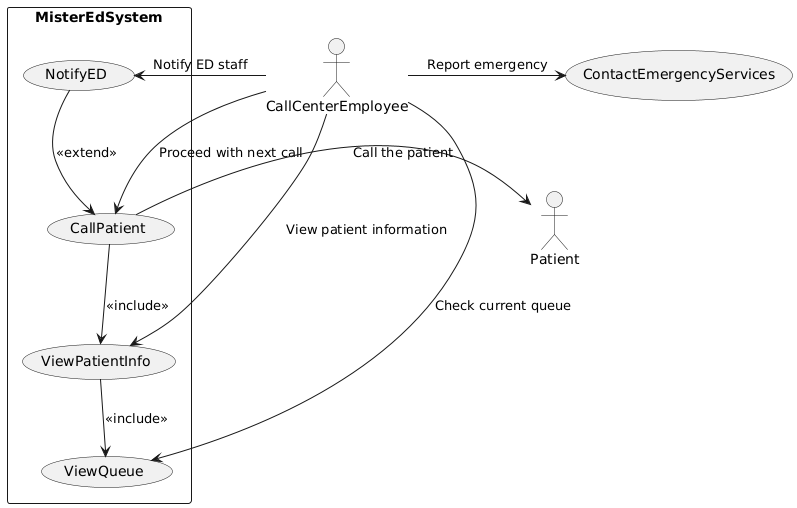
The PlantUML diagram CallCenter_UCD.png in SENG-350-2024-fall/Team7, before a commit.
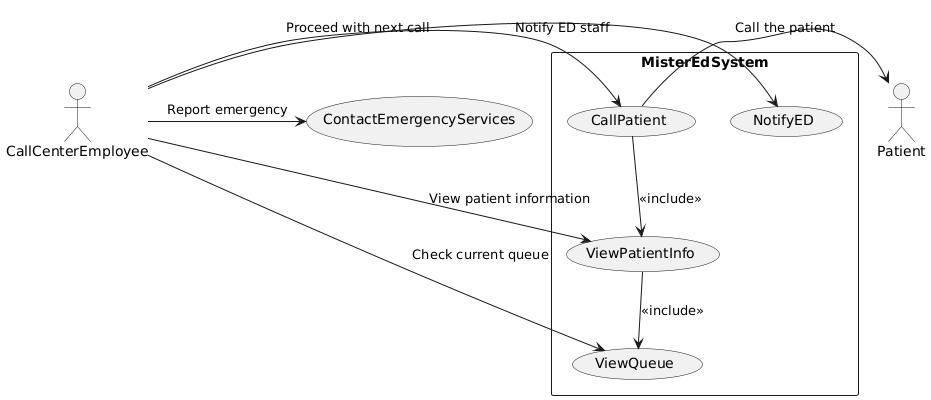
After the commit.

Commit message:
Updated UCD to get rid of extends

There was a weird extends in the UCD, got rid of it.

Diff of the diagram source:
```diff
@@ -24,7 +24,6 @@
 
 ViewPatientInfo --> ViewQueue : <<include>>
 CallPatient --> ViewPatientInfo: <<include>>
-NotifyED --> CallPatient : <<extend>>
 
 CallPatient -> Patient: Call the patient
 @enduml
```
